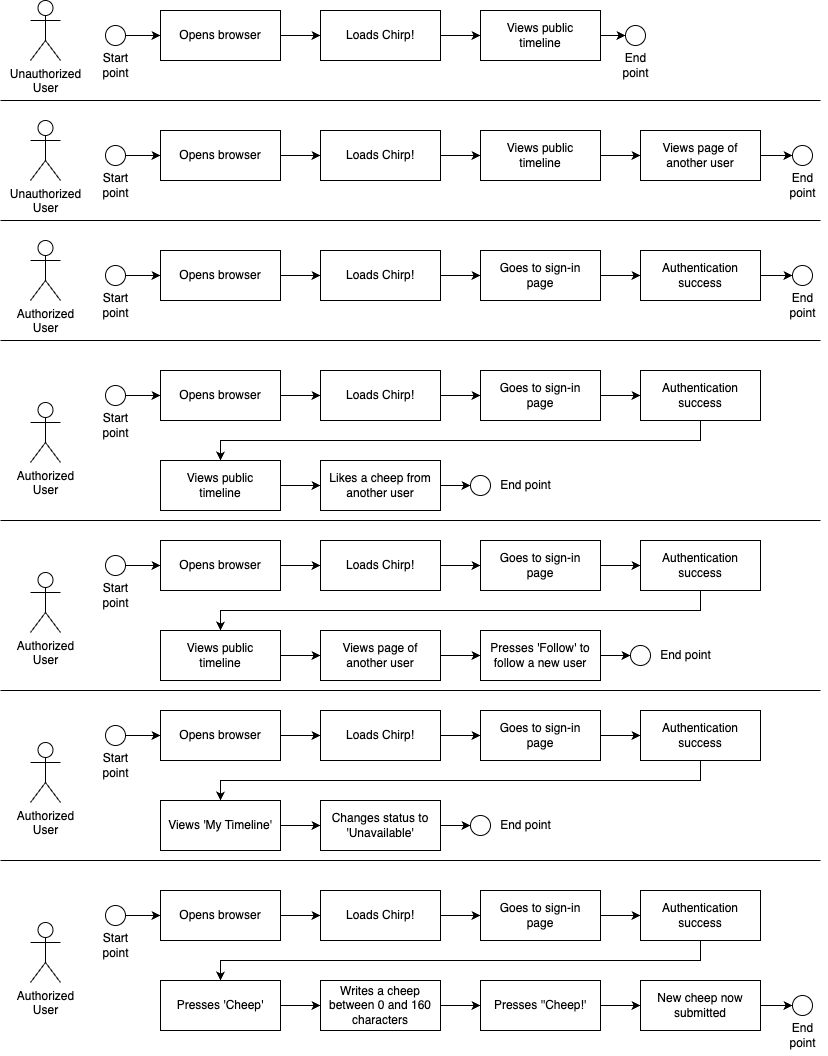
Above: docs/images/uml/chirp-user-journeys.drawio.png in ITU-BDSA23-GROUP17/Chirp (draw.io), before the change. Source tidied: cells renumbered, new cells last; positions are measured from the earlier drawing's top-left corner, leaving out a move shared by most shapes.
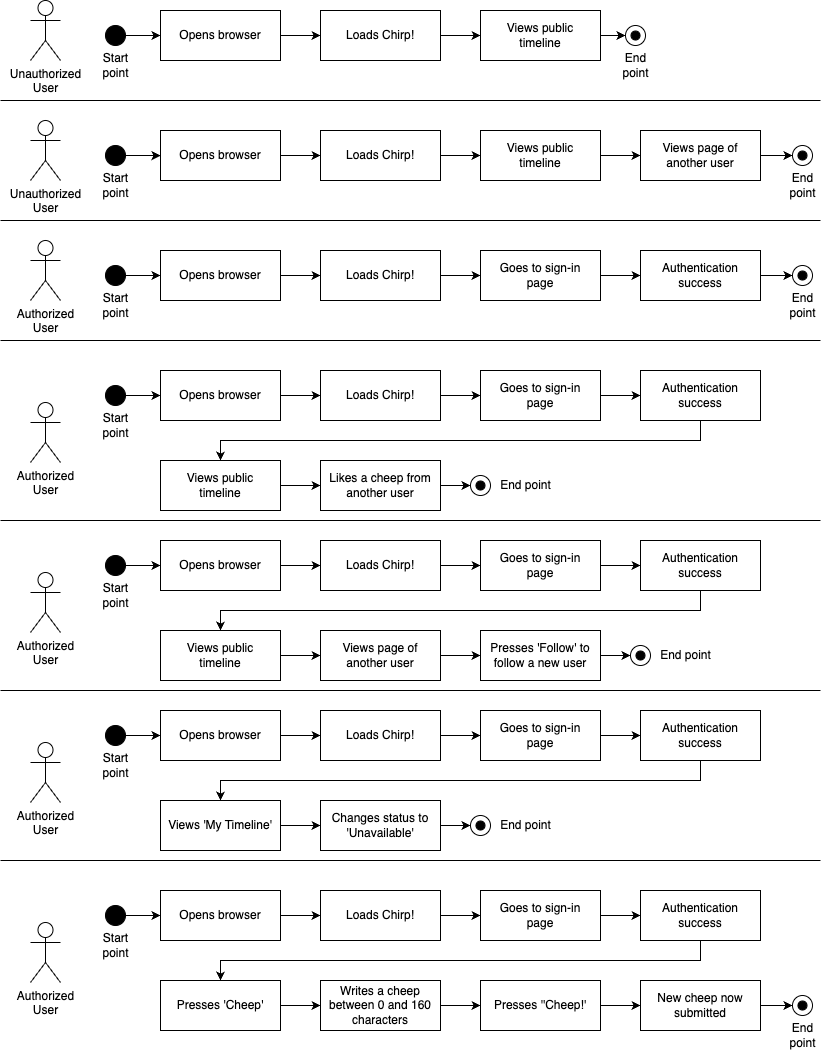
Above is the later version.

What changed in the source:
```diff
@@ -290,7 +290,7 @@
     <mxCell id="91" style="edgeStyle=orthogonalEdgeStyle;rounded=0;jettySize=auto;html=1;entryX=0;entryY=0.5;entryDx=0;entryDy=0;" parent="1" edge="1" source="92" target="4">
       <mxGeometry relative="1" as="geometry" />
     </mxCell>
-    <mxCell id="92" style="ellipse;whiteSpace=wrap;html=1;" parent="1" vertex="1">
+    <mxCell id="92" style="ellipse;whiteSpace=wrap;html=1;fillColor=#000000;" parent="1" vertex="1">
       <mxGeometry x="105" y="25" width="20" height="20" as="geometry" />
     </mxCell>
     <mxCell id="93" value="Start&lt;br&gt;point" style="text;html=1;align=center;verticalAlign=middle;strokeColor=none;fillColor=none;" parent="1" vertex="1">
@@ -341,7 +341,7 @@
     <mxCell id="108" style="edgeStyle=orthogonalEdgeStyle;rounded=0;jettySize=auto;html=1;" parent="1" edge="1" source="109" target="11">
       <mxGeometry relative="1" as="geometry" />
     </mxCell>
-    <mxCell id="109" style="ellipse;whiteSpace=wrap;html=1;" parent="1" vertex="1">
+    <mxCell id="109" style="ellipse;whiteSpace=wrap;html=1;fillColor=#000000;" parent="1" vertex="1">
       <mxGeometry x="105" y="145" width="20" height="20" as="geometry" />
     </mxCell>
     <mxCell id="110" value="Start&lt;br&gt;point" style="text;html=1;align=center;verticalAlign=middle;strokeColor=none;fillColor=none;" parent="1" vertex="1">
@@ -350,7 +350,7 @@
     <mxCell id="111" style="edgeStyle=orthogonalEdgeStyle;rounded=0;jettySize=auto;html=1;entryX=0;entryY=0.5;entryDx=0;entryDy=0;" parent="1" edge="1" source="112" target="20">
       <mxGeometry relative="1" as="geometry" />
     </mxCell>
-    <mxCell id="112" style="ellipse;whiteSpace=wrap;html=1;" parent="1" vertex="1">
+    <mxCell id="112" style="ellipse;whiteSpace=wrap;html=1;fillColor=#000000;" parent="1" vertex="1">
       <mxGeometry x="105" y="265" width="20" height="20" as="geometry" />
     </mxCell>
     <mxCell id="113" value="Start&lt;br&gt;point" style="text;html=1;align=center;verticalAlign=middle;strokeColor=none;fillColor=none;" parent="1" vertex="1">
@@ -359,7 +359,7 @@
     <mxCell id="114" style="edgeStyle=orthogonalEdgeStyle;rounded=0;jettySize=auto;html=1;entryX=0;entryY=0.5;entryDx=0;entryDy=0;" parent="1" edge="1" source="115" target="29">
       <mxGeometry relative="1" as="geometry" />
     </mxCell>
-    <mxCell id="115" style="ellipse;whiteSpace=wrap;html=1;" parent="1" vertex="1">
+    <mxCell id="115" style="ellipse;whiteSpace=wrap;html=1;fillColor=#000000;" parent="1" vertex="1">
       <mxGeometry x="105" y="385" width="20" height="20" as="geometry" />
     </mxCell>
     <mxCell id="116" value="Start&lt;br&gt;point" style="text;html=1;align=center;verticalAlign=middle;strokeColor=none;fillColor=none;" parent="1" vertex="1">
@@ -368,7 +368,7 @@
     <mxCell id="117" style="edgeStyle=orthogonalEdgeStyle;rounded=0;jettySize=auto;html=1;entryX=0;entryY=0.5;entryDx=0;entryDy=0;" parent="1" edge="1" source="118" target="42">
       <mxGeometry relative="1" as="geometry" />
     </mxCell>
-    <mxCell id="118" style="ellipse;whiteSpace=wrap;html=1;" parent="1" vertex="1">
+    <mxCell id="118" style="ellipse;whiteSpace=wrap;html=1;fillColor=#000000;" parent="1" vertex="1">
       <mxGeometry x="105" y="555" width="20" height="20" as="geometry" />
     </mxCell>
     <mxCell id="119" value="Start&lt;br&gt;point" style="text;html=1;align=center;verticalAlign=middle;strokeColor=none;fillColor=none;" parent="1" vertex="1">
@@ -377,7 +377,7 @@
     <mxCell id="120" style="edgeStyle=orthogonalEdgeStyle;rounded=0;jettySize=auto;html=1;entryX=0;entryY=0.5;entryDx=0;entryDy=0;" parent="1" edge="1" source="121" target="57">
       <mxGeometry relative="1" as="geometry" />
     </mxCell>
-    <mxCell id="121" style="ellipse;whiteSpace=wrap;html=1;" parent="1" vertex="1">
+    <mxCell id="121" style="ellipse;whiteSpace=wrap;html=1;fillColor=#000000;" parent="1" vertex="1">
       <mxGeometry x="105" y="725" width="20" height="20" as="geometry" />
     </mxCell>
     <mxCell id="122" value="Start&lt;br&gt;point" style="text;html=1;align=center;verticalAlign=middle;strokeColor=none;fillColor=none;" parent="1" vertex="1">
@@ -386,11 +386,32 @@
     <mxCell id="123" style="edgeStyle=orthogonalEdgeStyle;rounded=0;jettySize=auto;html=1;entryX=0;entryY=0.5;entryDx=0;entryDy=0;" parent="1" edge="1" source="124" target="70">
       <mxGeometry relative="1" as="geometry" />
     </mxCell>
-    <mxCell id="124" style="ellipse;whiteSpace=wrap;html=1;" parent="1" vertex="1">
+    <mxCell id="124" style="ellipse;whiteSpace=wrap;html=1;fillColor=#000000;" parent="1" vertex="1">
       <mxGeometry x="105" y="905" width="20" height="20" as="geometry" />
     </mxCell>
     <mxCell id="125" value="Start&lt;br&gt;point" style="text;html=1;align=center;verticalAlign=middle;strokeColor=none;fillColor=none;" parent="1" vertex="1">
       <mxGeometry x="90" y="925" width="50" height="40" as="geometry" />
     </mxCell>
+    <mxCell id="126" style="ellipse;whiteSpace=wrap;html=1;fillColor=#000000;" parent="1" vertex="1">
+      <mxGeometry x="475.5" y="820.5" width="9" height="9" as="geometry" />
+    </mxCell>
+    <mxCell id="127" style="ellipse;whiteSpace=wrap;html=1;fillColor=#000000;" parent="1" vertex="1">
+      <mxGeometry x="797.5" y="1000.5" width="9" height="9" as="geometry" />
+    </mxCell>
+    <mxCell id="128" style="ellipse;whiteSpace=wrap;html=1;fillColor=#000000;" parent="1" vertex="1">
+      <mxGeometry x="635.5" y="650.5" width="9" height="9" as="geometry" />
+    </mxCell>
+    <mxCell id="129" style="ellipse;whiteSpace=wrap;html=1;fillColor=#000000;" parent="1" vertex="1">
+      <mxGeometry x="475.5" y="480.5" width="9" height="9" as="geometry" />
+    </mxCell>
+    <mxCell id="130" style="ellipse;whiteSpace=wrap;html=1;fillColor=#000000;" parent="1" vertex="1">
+      <mxGeometry x="797.5" y="150.5" width="9" height="9" as="geometry" />
+    </mxCell>
+    <mxCell id="131" style="ellipse;whiteSpace=wrap;html=1;fillColor=#000000;" parent="1" vertex="1">
+      <mxGeometry x="797.5" y="270.5" width="9" height="9" as="geometry" />
+    </mxCell>
+    <mxCell id="132" style="ellipse;whiteSpace=wrap;html=1;fillColor=#000000;" parent="1" vertex="1">
+      <mxGeometry x="630.5" y="30.5" width="9" height="9" as="geometry" />
+    </mxCell>
   </root>
 </mxGraphModel>
```
